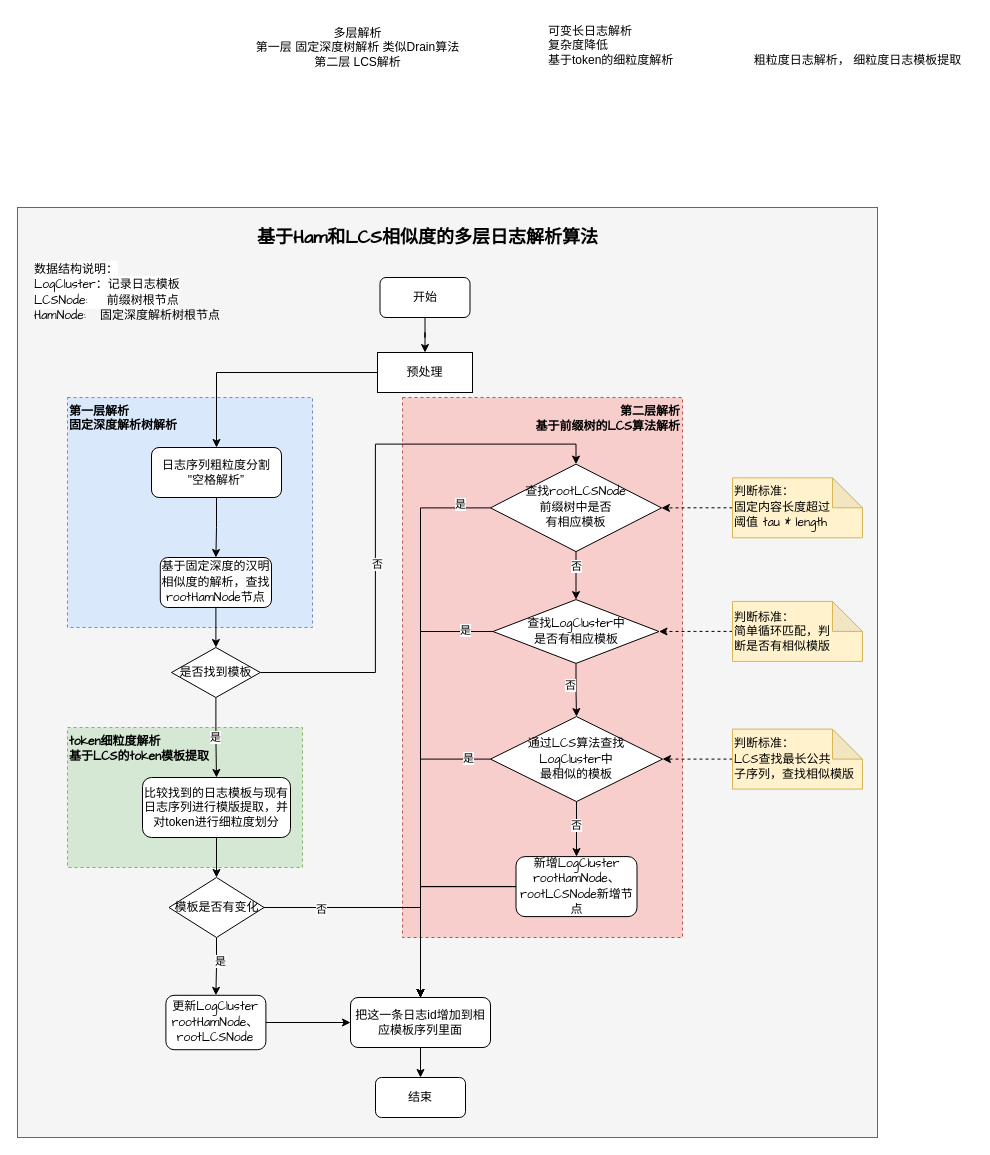
Above: 未命名绘图.drawio in StruggleForCode/draw (draw.io), before the change. Source tidied: cells renumbered, new cells numbered last; positions are measured from the earlier drawing's top-left corner, leaving out a move shared by most shapes. Both pictures are drawn from the tidied source at 100%, with x=0, y=0 at pixel (17, 17).
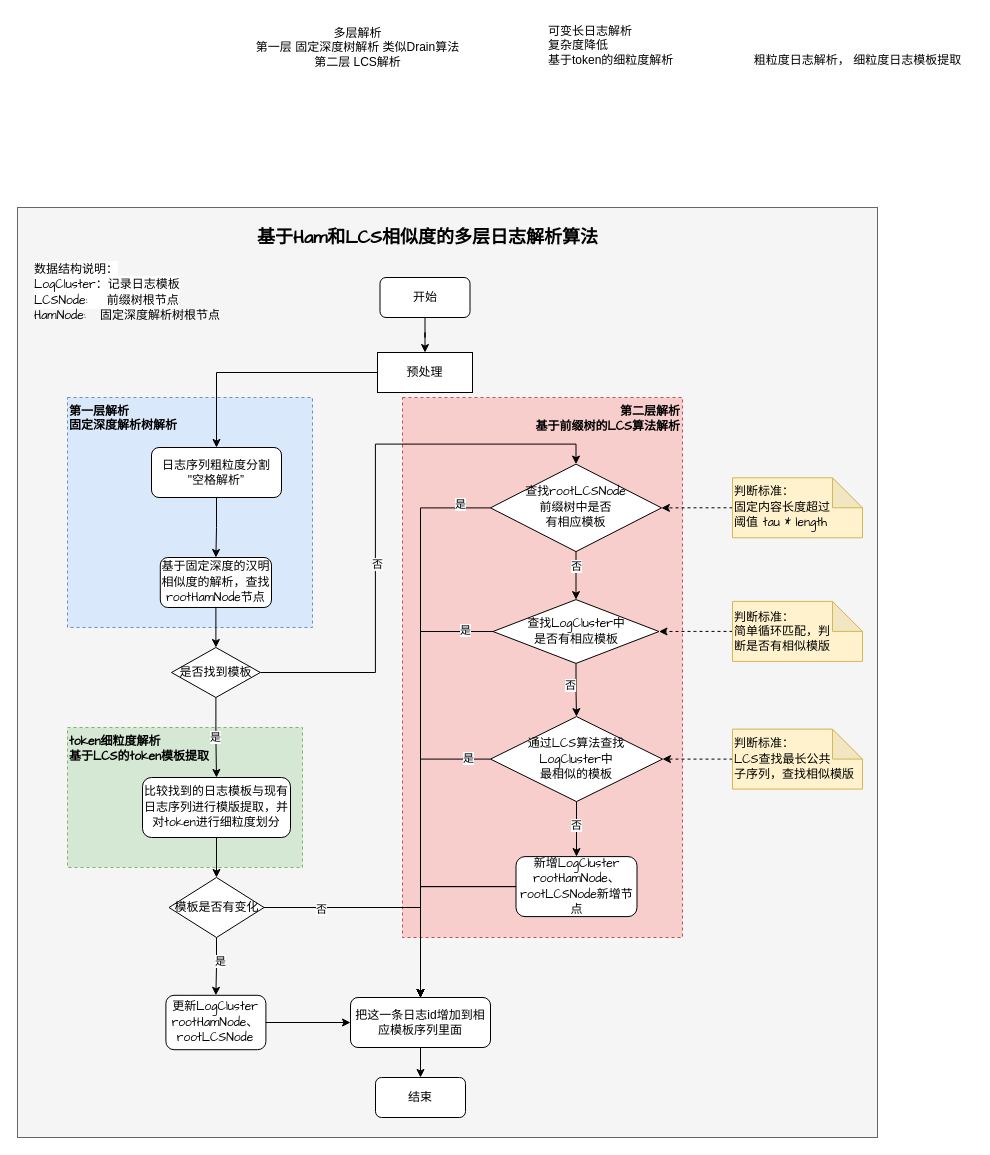
After the change.

Commit message:
基于Ham和LCS相似度的多层日志解析算法drawio

What changed in the source:
```diff
@@
-    <mxCell id="23" value="比较找到的日志模板与现有日志序列进行模版提取，并对token进行细粒度划分" style="rounded=1;whiteSpace=wrap;html=1;" parent="1" vertex="1">
+    <mxCell id="23" value="&lt;font face=&quot;Comic Sans MS&quot;&gt;比较找到的日志模板与现有日志序列进行模版提取，并对token进行细粒度划分&lt;/font&gt;" style="rounded=1;whiteSpace=wrap;html=1;" parent="1" vertex="1">
       <mxGeometry x="125" y="760" width="148" height="60" as="geometry" />
     </mxCell>
```
